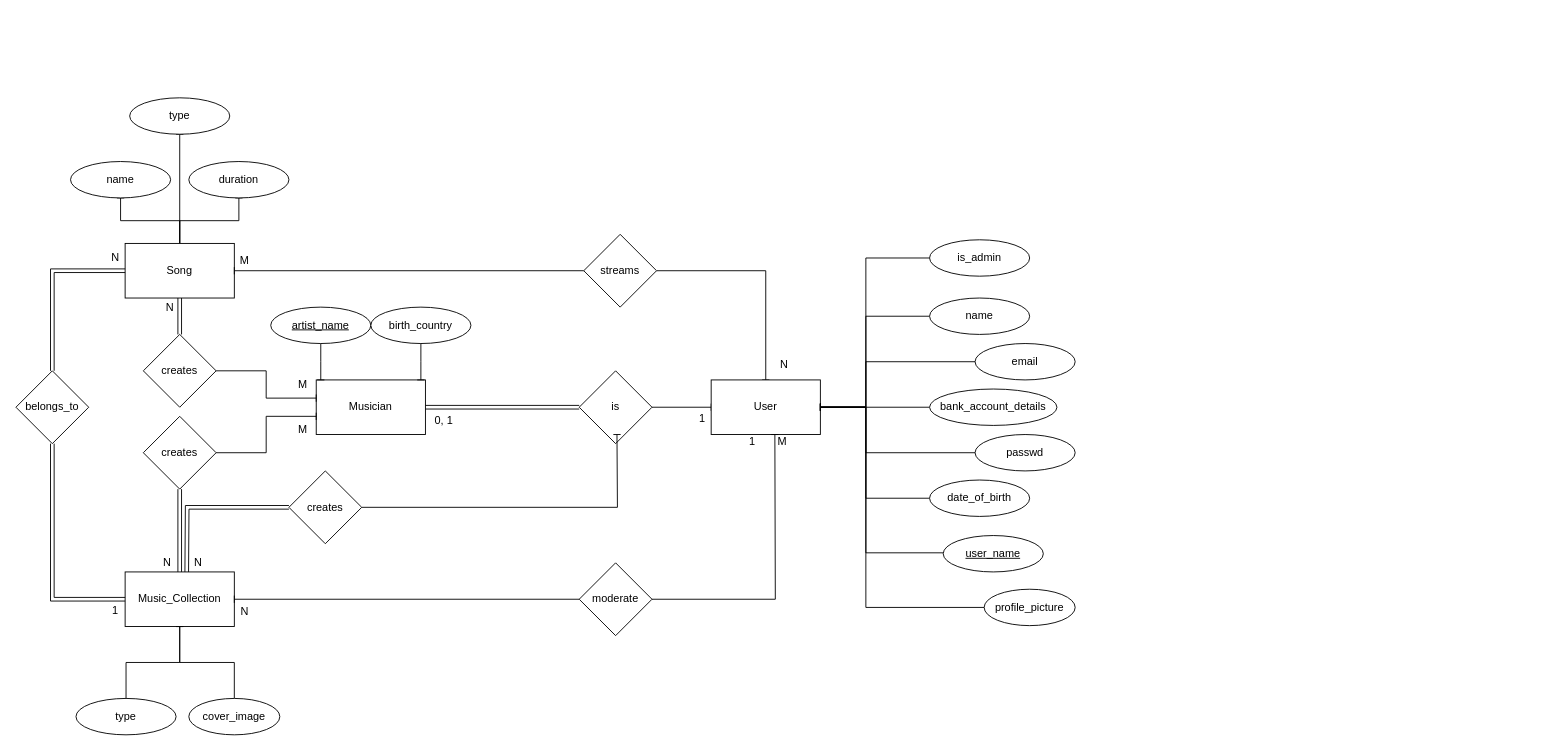
Earlier version of the draw.io diagram PRJ1.2-ERM.drawio (Fontys-PRJ/PRJ1). Source tidied: cells renumbered, new cells numbered last; positions are measured from the earlier drawing's top-left corner, leaving out a move shared by most shapes. Both pictures are drawn from the tidied source at 91%, with x=0, y=0 at pixel (15, 97).
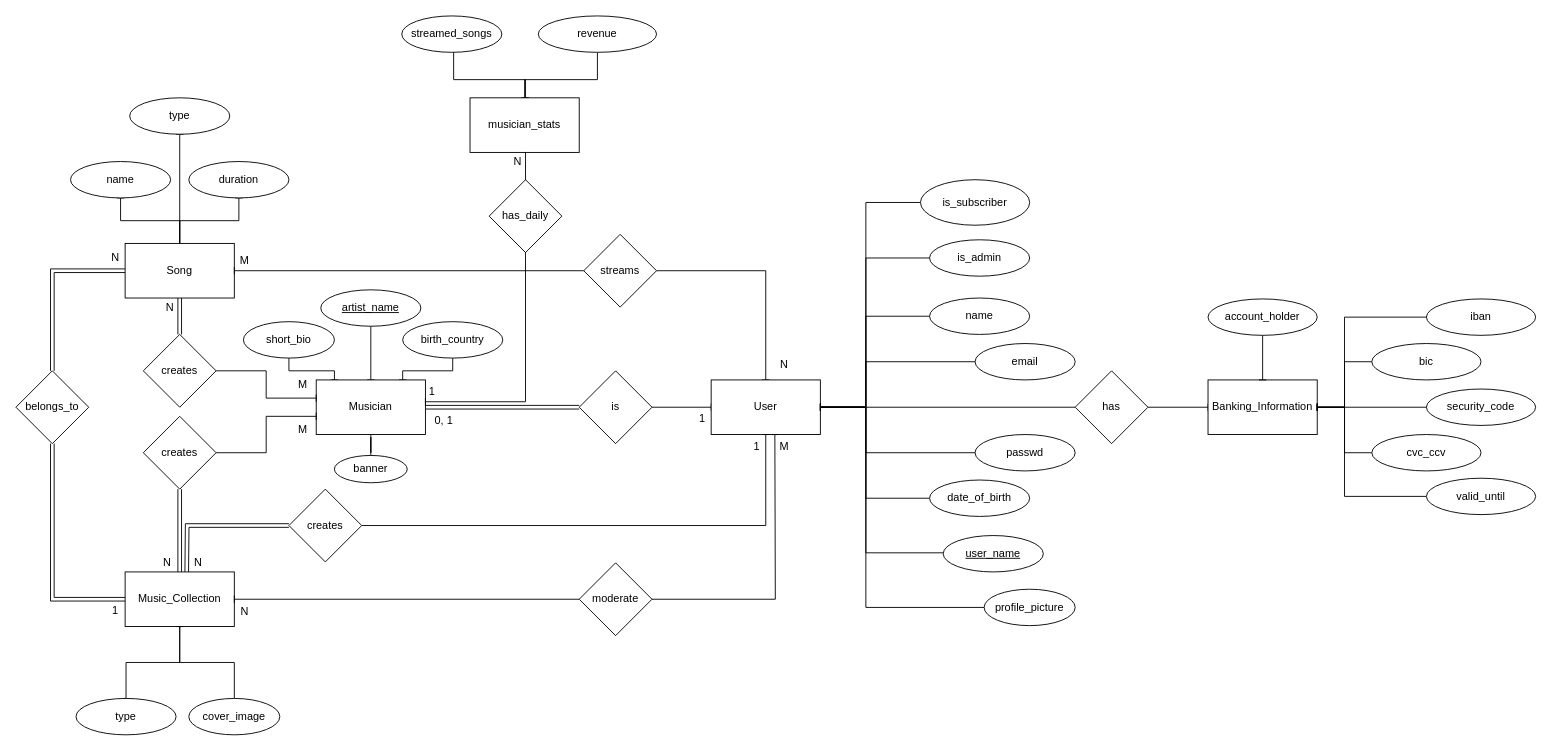
After the change.

The change refers to these unchanged cells:
```xml
<mxCell id="8" value="Musician" style="rounded=0;whiteSpace=wrap;html=1;" parent="1" vertex="1">
  <mxGeometry x="330" y="310" width="120" height="60" as="geometry" />
</mxCell>
<mxCell id="14" value="User" style="rounded=0;whiteSpace=wrap;html=1;" parent="1" vertex="1">
  <mxGeometry x="764" y="310" width="120" height="60" as="geometry" />
</mxCell>
```

Change to the diagram source:
```diff
@@
+    <mxCell id="71" style="edgeStyle=orthogonalEdgeStyle;rounded=0;jettySize=auto;html=1;endArrow=baseDash;endFill=0;exitX=0.5;exitY=1;exitDx=0;exitDy=0;" parent="1" edge="1" source="70" target="8">
+      <mxGeometry relative="1" as="geometry">
+        <Array as="points">
+          <mxPoint x="480" y="286" />
+          <mxPoint x="480" y="300" />
+          <mxPoint x="425" y="300" />
+        </Array>
+      </mxGeometry>
+    </mxCell>
+    <mxCell id="72" style="edgeStyle=orthogonalEdgeStyle;rounded=0;jettySize=auto;html=1;exitX=0.5;exitY=1;exitDx=0;exitDy=0;endArrow=baseDash;endFill=0;" parent="1" edge="1" source="44">
+      <mxGeometry relative="1" as="geometry">
+        <mxPoint x="390" y="310" as="targetPoint" />
+      </mxGeometry>
+    </mxCell>
+    <mxCell id="73" style="edgeStyle=orthogonalEdgeStyle;rounded=0;jettySize=auto;html=1;exitX=0.5;exitY=1;exitDx=0;exitDy=0;endArrow=baseDash;endFill=0;" parent="1" edge="1" source="77" target="8">
+      <mxGeometry relative="1" as="geometry">
+        <Array as="points">
+          <mxPoint x="300" y="300" />
+          <mxPoint x="350" y="300" />
+        </Array>
+      </mxGeometry>
+    </mxCell>
+    <mxCell id="74" style="edgeStyle=orthogonalEdgeStyle;rounded=0;jettySize=auto;html=1;endArrow=baseDash;endFill=0;" parent="1" edge="1" source="81" target="8">
+      <mxGeometry relative="1" as="geometry" />
+    </mxCell>
@@
+    <mxCell id="75" style="edgeStyle=orthogonalEdgeStyle;rounded=0;jettySize=auto;html=1;endArrow=baseDash;endFill=0;entryX=1;entryY=0.5;entryDx=0;entryDy=0;exitX=0;exitY=0.5;exitDx=0;exitDy=0;" parent="1" edge="1" source="91" target="14">
+      <mxGeometry relative="1" as="geometry">
+        <Array as="points">
+          <mxPoint x="934" y="115" />
+          <mxPoint x="934" y="340" />
+        </Array>
+      </mxGeometry>
+    </mxCell>
+    <mxCell id="76" style="edgeStyle=orthogonalEdgeStyle;rounded=0;jettySize=auto;html=1;exitX=0;exitY=0.5;exitDx=0;exitDy=0;endArrow=baseDash;endFill=0;" parent="1" edge="1" source="90" target="14">
+      <mxGeometry relative="1" as="geometry" />
+    </mxCell>
@@
-    <mxCell id="37" style="edgeStyle=orthogonalEdgeStyle;rounded=0;jettySize=auto;html=1;entryX=1;entryY=0.5;entryDx=0;entryDy=0;endArrow=baseDash;endFill=0;" parent="1" edge="1" source="38" target="14">
-      <mxGeometry relative="1" as="geometry" />
-    </mxCell>
-    <mxCell id="38" value="bank_account_details" style="ellipse;whiteSpace=wrap;html=1;" parent="1" vertex="1">
-      <mxGeometry x="1004" y="320" width="140" height="40" as="geometry" />
-    </mxCell>
@@
-    <mxCell id="43" style="edgeStyle=orthogonalEdgeStyle;rounded=0;jettySize=auto;html=1;endArrow=baseDash;endFill=0;" parent="1" edge="1" source="44">
-      <mxGeometry relative="1" as="geometry">
-        <mxPoint x="335" y="310" as="targetPoint" />
-      </mxGeometry>
-    </mxCell>
     <mxCell id="44" value="&lt;u&gt;artist_name&lt;/u&gt;" style="ellipse;whiteSpace=wrap;html=1;" parent="1" vertex="1">
-      <mxGeometry x="280" y="230" width="110" height="40" as="geometry" />
+      <mxGeometry x="335" y="211" width="110" height="40" as="geometry" />
     </mxCell>
-    <mxCell id="45" style="edgeStyle=orthogonalEdgeStyle;rounded=0;jettySize=auto;html=1;endArrow=baseDash;endFill=0;exitX=1;exitY=0.5;exitDx=0;exitDy=0;" parent="1" edge="1" source="46">
+    <mxCell id="45" style="edgeStyle=orthogonalEdgeStyle;rounded=0;jettySize=auto;html=1;endArrow=baseDash;endFill=0;exitX=1;exitY=0.5;exitDx=0;exitDy=0;entryX=0.5;entryY=1;entryDx=0;entryDy=0;" parent="1" edge="1" source="46" target="14">
       <mxGeometry relative="1" as="geometry">
-        <mxPoint x="660.5" y="370" as="targetPoint" />
+        <Array as="points">
+          <mxPoint x="824" y="470" />
+        </Array>
       </mxGeometry>
     </mxCell>
     <mxCell id="46" value="creates" style="rhombus;whiteSpace=wrap;html=1;" parent="1" vertex="1">
-      <mxGeometry x="300" y="410" width="80" height="80" as="geometry" />
+      <mxGeometry x="300" y="430" width="80" height="80" as="geometry" />
     </mxCell>
@@
     <mxCell id="48" value="1" style="text;html=1;align=center;verticalAlign=middle;strokeColor=none;fillColor=none;" parent="1" vertex="1">
-      <mxGeometry x="794" y="363" width="30" height="30" as="geometry" />
+      <mxGeometry x="799" y="368" width="30" height="30" as="geometry" />
     </mxCell>
@@
     <mxCell id="58" value="M" style="text;html=1;align=center;verticalAlign=middle;strokeColor=none;fillColor=none;" parent="1" vertex="1">
-      <mxGeometry x="827" y="363" width="30" height="30" as="geometry" />
+      <mxGeometry x="829" y="368" width="30" height="30" as="geometry" />
     </mxCell>
@@
-    <mxCell id="69" style="edgeStyle=orthogonalEdgeStyle;rounded=0;jettySize=auto;html=1;endArrow=baseDash;endFill=0;" parent="1" edge="1" source="70">
-      <mxGeometry relative="1" as="geometry">
-        <mxPoint x="445" y="310" as="targetPoint" />
-      </mxGeometry>
-    </mxCell>
     <mxCell id="70" value="birth_country" style="ellipse;whiteSpace=wrap;html=1;" parent="1" vertex="1">
-      <mxGeometry x="390" y="230" width="110" height="40" as="geometry" />
+      <mxGeometry x="425" y="246" width="110" height="40" as="geometry" />
     </mxCell>
+    <mxCell id="77" value="short_bio" style="ellipse;whiteSpace=wrap;html=1;" parent="1" vertex="1">
+      <mxGeometry x="250" y="246" width="100" height="40" as="geometry" />
+    </mxCell>
+    <mxCell id="78" style="edgeStyle=orthogonalEdgeStyle;rounded=0;jettySize=auto;html=1;endArrow=baseDash;endFill=0;" parent="1" edge="1" source="84">
+      <mxGeometry relative="1" as="geometry">
+        <mxPoint x="560" as="targetPoint" />
+        <Array as="points">
+          <mxPoint x="481" y="-20" />
+          <mxPoint x="560" y="-20" />
+        </Array>
+      </mxGeometry>
+    </mxCell>
+    <mxCell id="79" style="edgeStyle=orthogonalEdgeStyle;rounded=0;jettySize=auto;html=1;endArrow=baseDash;endFill=0;" parent="1" edge="1" source="82" target="80">
+      <mxGeometry relative="1" as="geometry">
+        <Array as="points">
+          <mxPoint x="639" y="-20" />
+          <mxPoint x="559" y="-20" />
+        </Array>
+      </mxGeometry>
+    </mxCell>
+    <mxCell id="80" value="musician_stats" style="rounded=0;whiteSpace=wrap;html=1;" parent="1" vertex="1">
+      <mxGeometry x="499" width="120" height="60" as="geometry" />
+    </mxCell>
+    <mxCell id="81" value="banner" style="ellipse;whiteSpace=wrap;html=1;" parent="1" vertex="1">
+      <mxGeometry x="350" y="393" width="80" height="30" as="geometry" />
+    </mxCell>
+    <mxCell id="82" value="revenue" style="ellipse;whiteSpace=wrap;html=1;" parent="1" vertex="1">
+      <mxGeometry x="574" y="-90" width="130" height="40" as="geometry" />
+    </mxCell>
+    <mxCell id="83" style="edgeStyle=orthogonalEdgeStyle;rounded=0;jettySize=auto;html=1;endArrow=baseDash;endFill=0;" parent="1" edge="1" target="84">
+      <mxGeometry relative="1" as="geometry">
+        <mxPoint x="481" y="-50" as="sourcePoint" />
+      </mxGeometry>
+    </mxCell>
+    <mxCell id="84" value="streamed_songs" style="ellipse;whiteSpace=wrap;html=1;" parent="1" vertex="1">
+      <mxGeometry x="424" y="-90" width="110" height="40" as="geometry" />
+    </mxCell>
+    <mxCell id="85" style="edgeStyle=orthogonalEdgeStyle;rounded=0;jettySize=auto;html=1;endArrow=baseDash;endFill=0;exitX=0.5;exitY=1;exitDx=0;exitDy=0;" parent="1" edge="1" source="80">
+      <mxGeometry relative="1" as="geometry">
+        <mxPoint x="450" y="334" as="targetPoint" />
+        <Array as="points">
+          <mxPoint x="560" y="60" />
+          <mxPoint x="560" y="334" />
+        </Array>
+      </mxGeometry>
+    </mxCell>
+    <mxCell id="86" value="has_daily" style="rhombus;whiteSpace=wrap;html=1;" parent="1" vertex="1">
+      <mxGeometry x="520" y="90" width="80" height="80" as="geometry" />
+    </mxCell>
+    <mxCell id="87" value="1" style="text;html=1;align=center;verticalAlign=middle;strokeColor=none;fillColor=none;" parent="1" vertex="1">
+      <mxGeometry x="442" y="308" width="30" height="30" as="geometry" />
+    </mxCell>
+    <mxCell id="88" value="N" style="text;html=1;align=center;verticalAlign=middle;strokeColor=none;fillColor=none;" parent="1" vertex="1">
+      <mxGeometry x="536" y="55" width="30" height="30" as="geometry" />
+    </mxCell>
+    <mxCell id="89" style="edgeStyle=orthogonalEdgeStyle;rounded=0;jettySize=auto;html=1;exitX=1;exitY=0.5;exitDx=0;exitDy=0;endArrow=baseDash;endFill=0;" parent="1" edge="1" source="90" target="92">
+      <mxGeometry relative="1" as="geometry" />
+    </mxCell>
+    <mxCell id="90" value="has" style="rhombus;whiteSpace=wrap;html=1;" parent="1" vertex="1">
+      <mxGeometry x="1164" y="300" width="80" height="80" as="geometry" />
+    </mxCell>
+    <mxCell id="91" value="is_subscriber" style="ellipse;whiteSpace=wrap;html=1;" parent="1" vertex="1">
+      <mxGeometry x="994" y="90" width="120" height="50" as="geometry" />
+    </mxCell>
+    <mxCell id="92" value="Banking_Information" style="rounded=0;whiteSpace=wrap;html=1;" parent="1" vertex="1">
+      <mxGeometry x="1310" y="310" width="120" height="60" as="geometry" />
+    </mxCell>
+    <mxCell id="93" style="edgeStyle=orthogonalEdgeStyle;rounded=0;jettySize=auto;html=1;endArrow=baseDash;endFill=0;" parent="1" edge="1" source="94" target="92">
+      <mxGeometry relative="1" as="geometry" />
+    </mxCell>
+    <mxCell id="94" value="account_holder" style="ellipse;whiteSpace=wrap;html=1;" parent="1" vertex="1">
+      <mxGeometry x="1310" y="221" width="120" height="40" as="geometry" />
+    </mxCell>
+    <mxCell id="95" style="edgeStyle=orthogonalEdgeStyle;rounded=0;jettySize=auto;html=1;endArrow=baseDash;endFill=0;" parent="1" edge="1" source="96">
+      <mxGeometry relative="1" as="geometry">
+        <mxPoint x="1430" y="340" as="targetPoint" />
+        <Array as="points">
+          <mxPoint x="1460" y="241" />
+          <mxPoint x="1460" y="340" />
+        </Array>
+      </mxGeometry>
+    </mxCell>
+    <mxCell id="96" value="iban" style="ellipse;whiteSpace=wrap;html=1;" parent="1" vertex="1">
+      <mxGeometry x="1550" y="221" width="120" height="40" as="geometry" />
+    </mxCell>
+    <mxCell id="97" style="edgeStyle=orthogonalEdgeStyle;rounded=0;jettySize=auto;html=1;entryX=1;entryY=0.5;entryDx=0;entryDy=0;endArrow=baseDash;endFill=0;" parent="1" edge="1" source="98" target="92">
+      <mxGeometry relative="1" as="geometry" />
+    </mxCell>
+    <mxCell id="98" value="bic" style="ellipse;whiteSpace=wrap;html=1;" parent="1" vertex="1">
+      <mxGeometry x="1490" y="270" width="120" height="40" as="geometry" />
+    </mxCell>
+    <mxCell id="99" style="edgeStyle=orthogonalEdgeStyle;rounded=0;jettySize=auto;html=1;entryX=1;entryY=0.5;entryDx=0;entryDy=0;endArrow=baseDash;endFill=0;" parent="1" edge="1" source="100" target="92">
+      <mxGeometry relative="1" as="geometry" />
+    </mxCell>
+    <mxCell id="100" value="cvc_ccv" style="ellipse;whiteSpace=wrap;html=1;" parent="1" vertex="1">
+      <mxGeometry x="1490" y="370" width="120" height="40" as="geometry" />
+    </mxCell>
+    <mxCell id="101" style="edgeStyle=orthogonalEdgeStyle;rounded=0;jettySize=auto;html=1;entryX=1;entryY=0.5;entryDx=0;entryDy=0;endArrow=baseDash;endFill=0;" parent="1" edge="1" source="102" target="92">
+      <mxGeometry relative="1" as="geometry" />
+    </mxCell>
+    <mxCell id="102" value="security_code" style="ellipse;whiteSpace=wrap;html=1;" parent="1" vertex="1">
+      <mxGeometry x="1550" y="320" width="120" height="40" as="geometry" />
+    </mxCell>
+    <mxCell id="103" style="edgeStyle=orthogonalEdgeStyle;rounded=0;jettySize=auto;html=1;entryX=1;entryY=0.5;entryDx=0;entryDy=0;endArrow=baseDash;endFill=0;" parent="1" edge="1" source="104" target="92">
+      <mxGeometry relative="1" as="geometry">
+        <Array as="points">
+          <mxPoint x="1460" y="438" />
+          <mxPoint x="1460" y="340" />
+        </Array>
+      </mxGeometry>
+    </mxCell>
+    <mxCell id="104" value="valid_until" style="ellipse;whiteSpace=wrap;html=1;" parent="1" vertex="1">
+      <mxGeometry x="1550" y="418" width="120" height="40" as="geometry" />
+    </mxCell>
```
